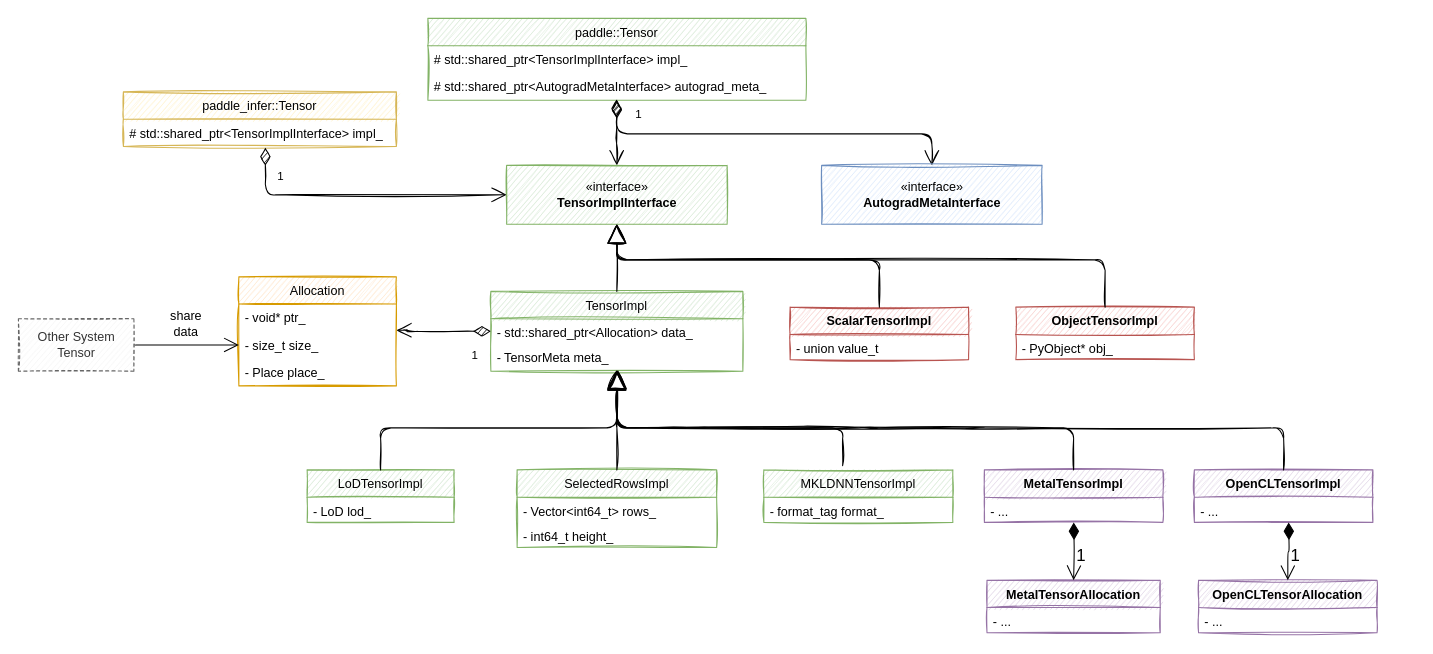
Before: page "new-tensor-design" (16 of 16) of op2func.drawio in chenwhql/diagrams, a draw.io diagram. Source tidied: cells renumbered, new cells numbered last; positions are measured from the earlier drawing's top-left corner, leaving out a move shared by most shapes. Both pictures are drawn from the tidied source at 105%, with x=0, y=0 at pixel (18, 18).
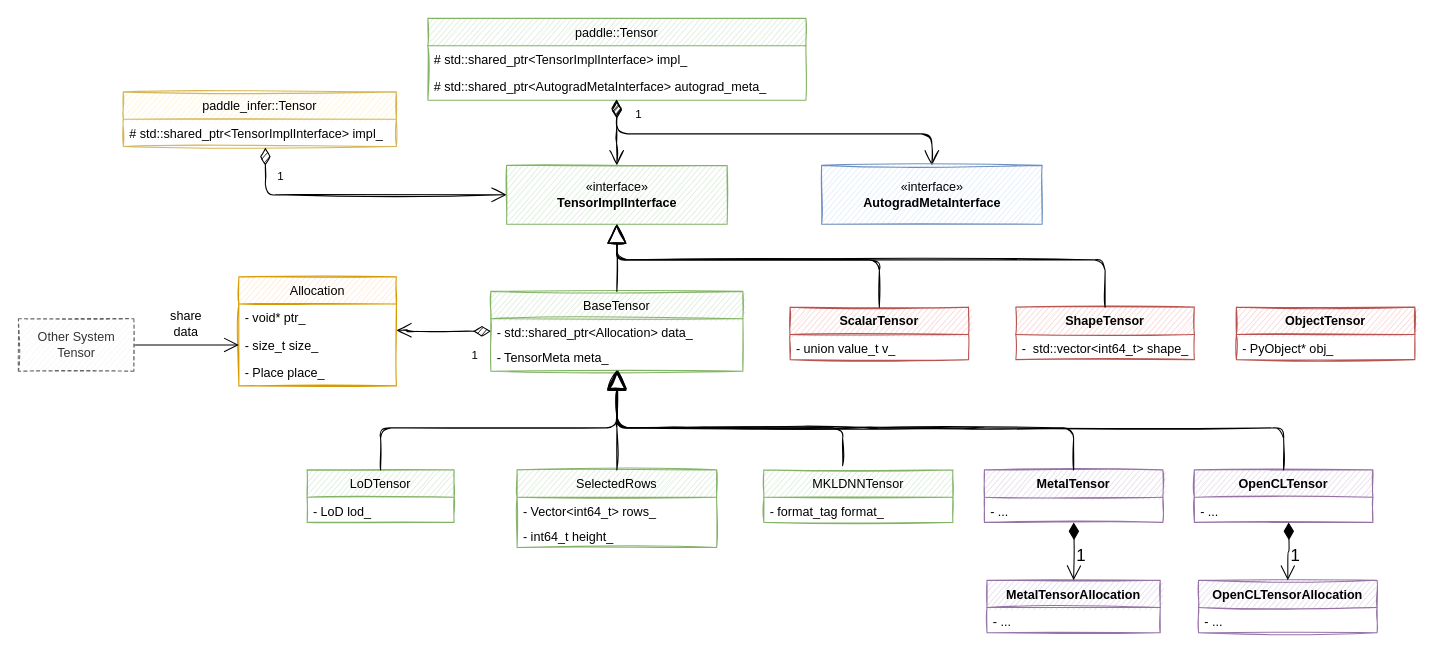
The same diagram, later.

The edit, as a diff of the source:
```diff
@@
-    <mxCell id="2" value="TensorImpl" style="swimlane;fontStyle=0;horizontal=1;startSize=26;fillColor=#d5e8d4;strokeColor=#82b366;sketch=1;" parent="1" vertex="1">
+    <mxCell id="2" value="BaseTensor" style="swimlane;fontStyle=0;horizontal=1;startSize=26;fillColor=#d5e8d4;strokeColor=#82b366;sketch=1;" parent="1" vertex="1">
       <mxGeometry x="450" y="260" width="240" height="76" as="geometry" />
     </mxCell>
@@
-    <mxCell id="14" value="LoDTensorImpl" style="swimlane;fontStyle=0;horizontal=1;startSize=26;fillColor=#d5e8d4;strokeColor=#82b366;sketch=1;" parent="1" vertex="1">
+    <mxCell id="14" value="LoDTensor" style="swimlane;fontStyle=0;horizontal=1;startSize=26;fillColor=#d5e8d4;strokeColor=#82b366;sketch=1;" parent="1" vertex="1">
       <mxGeometry x="275" y="430" width="140" height="50" as="geometry" />
     </mxCell>
@@
-    <mxCell id="16" value="SelectedRowsImpl" style="swimlane;fontStyle=0;horizontal=1;startSize=26;fillColor=#d5e8d4;strokeColor=#82b366;sketch=1;" parent="1" vertex="1">
+    <mxCell id="16" value="SelectedRows" style="swimlane;fontStyle=0;horizontal=1;startSize=26;fillColor=#d5e8d4;strokeColor=#82b366;sketch=1;" parent="1" vertex="1">
       <mxGeometry x="475" y="430" width="190" height="74" as="geometry" />
     </mxCell>
@@
-    <mxCell id="21" value="MetalTensorImpl" style="swimlane;fontStyle=1;horizontal=1;startSize=26;fillColor=#e1d5e7;strokeColor=#9673a6;sketch=1;" parent="1" vertex="1">
+    <mxCell id="21" value="MetalTensor" style="swimlane;fontStyle=1;horizontal=1;startSize=26;fillColor=#e1d5e7;strokeColor=#9673a6;sketch=1;" parent="1" vertex="1">
       <mxGeometry x="920" y="430" width="170" height="50" as="geometry" />
     </mxCell>
@@
-    <mxCell id="23" value="OpenCLTensorImpl" style="swimlane;fontStyle=1;horizontal=1;startSize=26;fillColor=#e1d5e7;strokeColor=#9673a6;sketch=1;" parent="1" vertex="1">
+    <mxCell id="23" value="OpenCLTensor" style="swimlane;fontStyle=1;horizontal=1;startSize=26;fillColor=#e1d5e7;strokeColor=#9673a6;sketch=1;" parent="1" vertex="1">
       <mxGeometry x="1120" y="430" width="170" height="50" as="geometry" />
     </mxCell>
@@
-    <mxCell id="25" value="MKLDNNTensorImpl" style="swimlane;fontStyle=0;horizontal=1;startSize=26;fillColor=#d5e8d4;strokeColor=#82b366;sketch=1;" parent="1" vertex="1">
+    <mxCell id="25" value="MKLDNNTensor" style="swimlane;fontStyle=0;horizontal=1;startSize=26;fillColor=#d5e8d4;strokeColor=#82b366;sketch=1;" parent="1" vertex="1">
       <mxGeometry x="710" y="430" width="180" height="50" as="geometry" />
     </mxCell>
@@
-    <mxCell id="30" value="ScalarTensorImpl" style="swimlane;fontStyle=1;horizontal=1;startSize=26;fillColor=#f8cecc;strokeColor=#b85450;sketch=1;" parent="1" vertex="1">
+    <mxCell id="30" value="ScalarTensor" style="swimlane;fontStyle=1;horizontal=1;startSize=26;fillColor=#f8cecc;strokeColor=#b85450;sketch=1;" parent="1" vertex="1">
       <mxGeometry x="735" y="275" width="170" height="50" as="geometry" />
     </mxCell>
-    <mxCell id="31" value="- union value_t" style="text;strokeColor=none;fillColor=none;align=left;verticalAlign=top;spacingLeft=4;spacingRight=4;overflow=hidden;sketch=1;" parent="30" vertex="1">
+    <mxCell id="31" value="- union value_t v_" style="text;strokeColor=none;fillColor=none;align=left;verticalAlign=top;spacingLeft=4;spacingRight=4;overflow=hidden;sketch=1;" parent="30" vertex="1">
       <mxGeometry y="26" width="170" height="24" as="geometry" />
     </mxCell>
@@
-    <mxCell id="49" value="ObjectTensorImpl" style="swimlane;fontStyle=1;horizontal=1;startSize=26;fillColor=#f8cecc;strokeColor=#b85450;sketch=1;" parent="1" vertex="1">
+    <mxCell id="49" value="ShapeTensor" style="swimlane;fontStyle=1;horizontal=1;startSize=26;fillColor=#f8cecc;strokeColor=#b85450;sketch=1;" parent="1" vertex="1">
       <mxGeometry x="950" y="275" width="170" height="50" as="geometry" />
     </mxCell>
-    <mxCell id="50" value="- PyObject* obj_" style="text;strokeColor=none;fillColor=none;align=left;verticalAlign=top;spacingLeft=4;spacingRight=4;overflow=hidden;sketch=1;" parent="49" vertex="1">
+    <mxCell id="50" value="-  std::vector&lt;int64_t&gt; shape_" style="text;strokeColor=none;fillColor=none;align=left;verticalAlign=top;spacingLeft=4;spacingRight=4;overflow=hidden;sketch=1;" parent="49" vertex="1">
       <mxGeometry y="26" width="170" height="24" as="geometry" />
     </mxCell>
@@
+    <mxCell id="52" value="ObjectTensor" style="swimlane;fontStyle=1;horizontal=1;startSize=26;fillColor=#f8cecc;strokeColor=#b85450;sketch=1;" parent="1" vertex="1">
+      <mxGeometry x="1160" y="275" width="170" height="50" as="geometry" />
+    </mxCell>
+    <mxCell id="53" value="- PyObject* obj_" style="text;strokeColor=none;fillColor=none;align=left;verticalAlign=top;spacingLeft=4;spacingRight=4;overflow=hidden;sketch=1;" parent="52" vertex="1">
+      <mxGeometry y="26" width="170" height="24" as="geometry" />
+    </mxCell>
```
